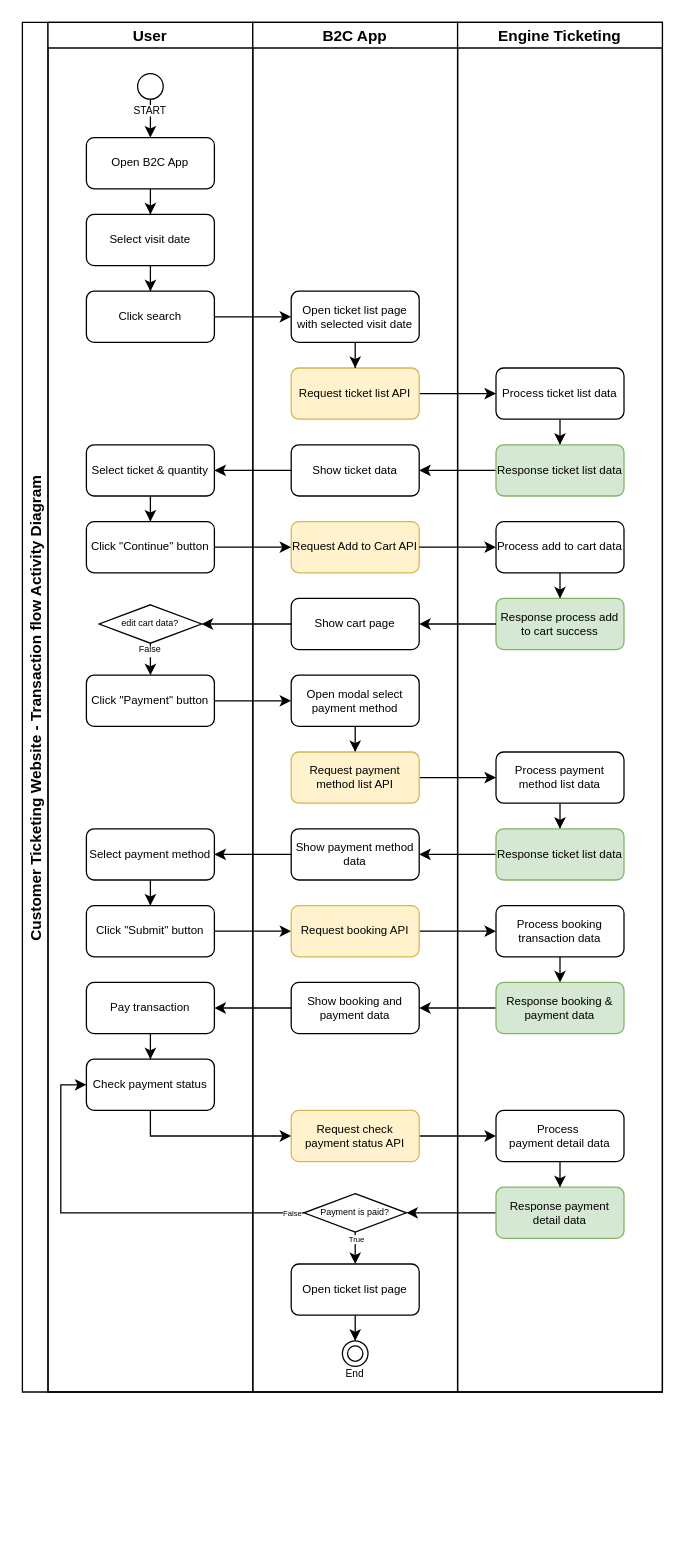
Before: page "AD - B2C - Transaction" (8 of 9) of draw.io/JRP Ticketing.drawio in bimasakti16/draw.io, a draw.io diagram. Source tidied: cells renumbered, new cells numbered last; positions are measured from the earlier drawing's top-left corner, leaving out a move shared by most shapes. Both pictures are drawn from the tidied source at 128%, with x=0, y=0 at pixel (22, 22).
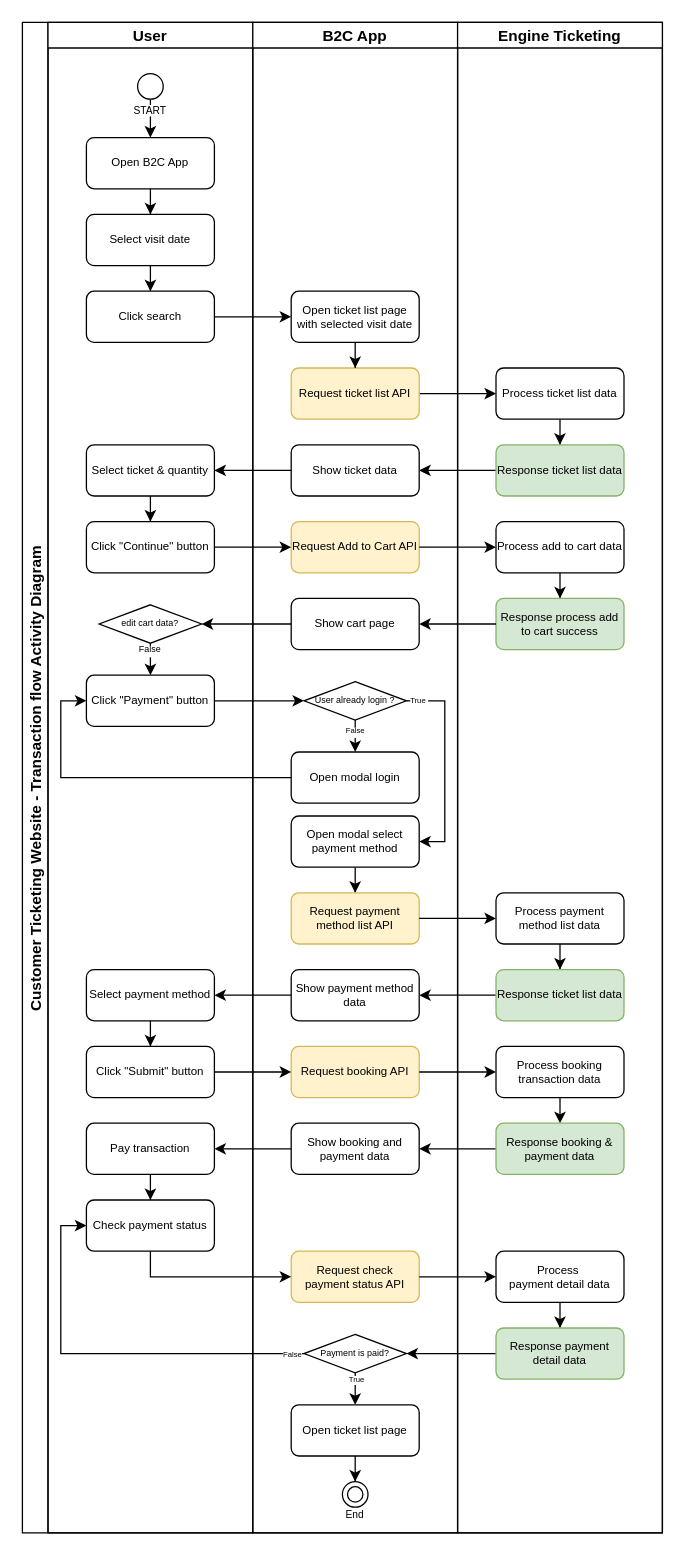
The same diagram, later.

Unchanged cells that the change refers to:
```xml
<mxCell id="8" value="Click &quot;Payment&quot; button" style="rounded=1;whiteSpace=wrap;html=1;fontSize=9;" parent="3" vertex="1">
  <mxGeometry x="30" y="510" width="100" height="40" as="geometry" />
</mxCell>
```

The edit, as a diff of the source:
```diff
@@
     <mxCell id="2" value="Customer Ticketing Website - Transaction flow Activity Diagram" style="swimlane;startSize=20;horizontal=0;fontSize=12;" parent="1" vertex="1">
-      <mxGeometry width="500" height="1070" as="geometry" />
+      <mxGeometry width="500" height="1180" as="geometry" />
     </mxCell>
     <mxCell id="3" value="User" style="swimlane;startSize=20;" parent="2" vertex="1">
-      <mxGeometry x="20" width="160" height="1070" as="geometry" />
+      <mxGeometry x="20" width="160" height="1180" as="geometry" />
     </mxCell>
@@
     <mxCell id="10" value="Select payment method" style="rounded=1;whiteSpace=wrap;html=1;fontSize=9;" parent="3" vertex="1">
-      <mxGeometry x="30" y="630" width="100" height="40" as="geometry" />
+      <mxGeometry x="30" y="740" width="100" height="40" as="geometry" />
     </mxCell>
     <mxCell id="11" value="Click &quot;Submit&quot; button" style="rounded=1;whiteSpace=wrap;html=1;fontSize=9;" parent="3" vertex="1">
-      <mxGeometry x="30" y="690" width="100" height="40" as="geometry" />
+      <mxGeometry x="30" y="800" width="100" height="40" as="geometry" />
     </mxCell>
     <mxCell id="12" value="Check payment status" style="rounded=1;whiteSpace=wrap;html=1;fontSize=9;" parent="3" vertex="1">
-      <mxGeometry x="30" y="810" width="100" height="40" as="geometry" />
+      <mxGeometry x="30" y="920" width="100" height="40" as="geometry" />
     </mxCell>
@@
     <mxCell id="22" value="Pay transaction" style="rounded=1;whiteSpace=wrap;html=1;fontSize=9;" parent="3" vertex="1">
-      <mxGeometry x="30" y="750" width="100" height="40" as="geometry" />
+      <mxGeometry x="30" y="860" width="100" height="40" as="geometry" />
     </mxCell>
@@
-    <mxCell id="26" style="edgeStyle=orthogonalEdgeStyle;rounded=0;jettySize=auto;html=1;entryX=0;entryY=0.5;entryDx=0;entryDy=0;" parent="2" edge="1" source="8" target="41">
-      <mxGeometry relative="1" as="geometry" />
-    </mxCell>
-    <mxCell id="27" style="edgeStyle=orthogonalEdgeStyle;rounded=0;jettySize=auto;html=1;entryX=0;entryY=0.5;entryDx=0;entryDy=0;" parent="2" edge="1" source="42" target="62">
-      <mxGeometry relative="1" as="geometry" />
-    </mxCell>
-    <mxCell id="28" style="edgeStyle=orthogonalEdgeStyle;rounded=0;jettySize=auto;html=1;entryX=1;entryY=0.5;entryDx=0;entryDy=0;" parent="2" edge="1" source="63" target="43">
-      <mxGeometry relative="1" as="geometry" />
-    </mxCell>
-    <mxCell id="29" style="edgeStyle=orthogonalEdgeStyle;rounded=0;jettySize=auto;html=1;entryX=1;entryY=0.5;entryDx=0;entryDy=0;" parent="2" edge="1" source="43" target="10">
-      <mxGeometry relative="1" as="geometry" />
-    </mxCell>
-    <mxCell id="30" style="edgeStyle=orthogonalEdgeStyle;rounded=0;jettySize=auto;html=1;entryX=0;entryY=0.5;entryDx=0;entryDy=0;" parent="2" edge="1" source="11" target="44">
-      <mxGeometry relative="1" as="geometry" />
-    </mxCell>
-    <mxCell id="31" style="edgeStyle=orthogonalEdgeStyle;rounded=0;jettySize=auto;html=1;entryX=0;entryY=0.5;entryDx=0;entryDy=0;" parent="2" edge="1" source="44" target="65">
-      <mxGeometry relative="1" as="geometry" />
-    </mxCell>
-    <mxCell id="32" style="edgeStyle=orthogonalEdgeStyle;rounded=0;jettySize=auto;html=1;entryX=1;entryY=0.5;entryDx=0;entryDy=0;" parent="2" edge="1" source="66" target="45">
-      <mxGeometry relative="1" as="geometry" />
-    </mxCell>
-    <mxCell id="33" style="edgeStyle=orthogonalEdgeStyle;rounded=0;jettySize=auto;html=1;entryX=0;entryY=0.5;entryDx=0;entryDy=0;" parent="2" edge="1" source="47" target="12">
-      <mxGeometry relative="1" as="geometry" />
-    </mxCell>
-    <mxCell id="34" value="&lt;font style=&quot;font-size: 6px;&quot;&gt;False&lt;/font&gt;" style="edgeLabel;html=1;align=center;verticalAlign=bottom;" parent="33" vertex="1">
-      <mxGeometry x="0.12" y="1" relative="1" as="geometry">
-        <mxPoint x="164" y="6" as="offset" />
-      </mxGeometry>
-    </mxCell>
-    <mxCell id="35" style="edgeStyle=orthogonalEdgeStyle;rounded=0;jettySize=auto;html=1;entryX=0;entryY=0.5;entryDx=0;entryDy=0;" parent="2" edge="1" source="46" target="68">
-      <mxGeometry relative="1" as="geometry" />
-    </mxCell>
-    <mxCell id="36" style="edgeStyle=orthogonalEdgeStyle;rounded=0;jettySize=auto;html=1;entryX=1;entryY=0.5;entryDx=0;entryDy=0;" parent="2" edge="1" source="69" target="47">
-      <mxGeometry relative="1" as="geometry" />
-    </mxCell>
     <mxCell id="37" value="B2C App" style="swimlane;startSize=20;" parent="2" vertex="1">
-      <mxGeometry x="180" width="160" height="1070" as="geometry" />
+      <mxGeometry x="180" width="160" height="1180" as="geometry" />
     </mxCell>
@@
     <mxCell id="41" value="Open modal select payment method" style="rounded=1;whiteSpace=wrap;html=1;fontSize=9;" parent="37" vertex="1">
-      <mxGeometry x="30" y="510" width="100" height="40" as="geometry" />
+      <mxGeometry x="30" y="620" width="100" height="40" as="geometry" />
     </mxCell>
     <mxCell id="42" value="Request payment method list API" style="rounded=1;whiteSpace=wrap;html=1;fontSize=9;fillColor=#fff2cc;strokeColor=#d6b656;" parent="37" vertex="1">
-      <mxGeometry x="30" y="570" width="100" height="40" as="geometry" />
+      <mxGeometry x="30" y="680" width="100" height="40" as="geometry" />
     </mxCell>
     <mxCell id="43" value="Show payment method data" style="rounded=1;whiteSpace=wrap;html=1;fontSize=9;" parent="37" vertex="1">
-      <mxGeometry x="30" y="630" width="100" height="40" as="geometry" />
+      <mxGeometry x="30" y="740" width="100" height="40" as="geometry" />
     </mxCell>
     <mxCell id="44" value="Request booking API" style="rounded=1;whiteSpace=wrap;html=1;fontSize=9;fillColor=#fff2cc;strokeColor=#d6b656;" parent="37" vertex="1">
-      <mxGeometry x="30" y="690" width="100" height="40" as="geometry" />
+      <mxGeometry x="30" y="800" width="100" height="40" as="geometry" />
     </mxCell>
     <mxCell id="45" value="Show booking and payment data" style="rounded=1;whiteSpace=wrap;html=1;fontSize=9;" parent="37" vertex="1">
-      <mxGeometry x="30" y="750" width="100" height="40" as="geometry" />
+      <mxGeometry x="30" y="860" width="100" height="40" as="geometry" />
     </mxCell>
     <mxCell id="46" value="Request check &lt;br&gt;payment status API" style="rounded=1;whiteSpace=wrap;html=1;fontSize=9;fillColor=#fff2cc;strokeColor=#d6b656;" parent="37" vertex="1">
-      <mxGeometry x="30" y="850" width="100" height="40" as="geometry" />
+      <mxGeometry x="30" y="960" width="100" height="40" as="geometry" />
     </mxCell>
     <mxCell id="47" value="Payment is paid?" style="rhombus;whiteSpace=wrap;html=1;fontSize=7;" parent="37" vertex="1">
-      <mxGeometry x="40" y="915" width="80" height="30" as="geometry" />
+      <mxGeometry x="40" y="1025" width="80" height="30" as="geometry" />
     </mxCell>
@@
     <mxCell id="51" value="Open ticket list page" style="rounded=1;whiteSpace=wrap;html=1;fontSize=9;" parent="37" vertex="1">
-      <mxGeometry x="30" y="970" width="100" height="40" as="geometry" />
+      <mxGeometry x="30" y="1080" width="100" height="40" as="geometry" />
     </mxCell>
     <mxCell id="52" value="&lt;font style=&quot;font-size: 8px;&quot;&gt;&lt;br&gt;&lt;br&gt;End&lt;/font&gt;" style="ellipse;shape=doubleEllipse;html=1;dashed=0;whiteSpace=wrap;" parent="37" vertex="1">
-      <mxGeometry x="70" y="1030" width="20" height="20" as="geometry" />
+      <mxGeometry x="70" y="1140" width="20" height="20" as="geometry" />
     </mxCell>
@@
+    <mxCell id="80" style="edgeStyle=orthogonalEdgeStyle;rounded=0;jettySize=auto;html=1;entryX=0.5;entryY=0;entryDx=0;entryDy=0;" parent="37" edge="1" source="84" target="85">
+      <mxGeometry relative="1" as="geometry" />
+    </mxCell>
+    <mxCell id="81" value="False" style="edgeLabel;align=center;verticalAlign=middle;fontSize=6;" parent="80" vertex="1">
+      <mxGeometry x="-0.7" relative="1" as="geometry" />
+    </mxCell>
+    <mxCell id="82" style="edgeStyle=orthogonalEdgeStyle;rounded=0;jettySize=auto;html=1;entryX=1;entryY=0.5;entryDx=0;entryDy=0;" parent="37" edge="1" source="84" target="41">
+      <mxGeometry relative="1" as="geometry">
+        <Array as="points">
+          <mxPoint x="150" y="530" />
+          <mxPoint x="150" y="640" />
+        </Array>
+      </mxGeometry>
+    </mxCell>
+    <mxCell id="83" value="True" style="edgeLabel;align=center;verticalAlign=middle;fontSize=6;" parent="82" vertex="1">
+      <mxGeometry x="-0.89" relative="1" as="geometry" />
+    </mxCell>
+    <mxCell id="84" value="User already login ?" style="rhombus;whiteSpace=wrap;html=1;fontSize=7;" parent="37" vertex="1">
+      <mxGeometry x="40" y="515" width="80" height="30" as="geometry" />
+    </mxCell>
+    <mxCell id="85" value="Open modal login" style="rounded=1;whiteSpace=wrap;html=1;fontSize=9;" parent="37" vertex="1">
+      <mxGeometry x="30" y="570" width="100" height="40" as="geometry" />
+    </mxCell>
+    <mxCell id="27" style="edgeStyle=orthogonalEdgeStyle;rounded=0;jettySize=auto;html=1;entryX=0;entryY=0.5;entryDx=0;entryDy=0;" parent="2" edge="1" source="42" target="62">
+      <mxGeometry relative="1" as="geometry" />
+    </mxCell>
+    <mxCell id="28" style="edgeStyle=orthogonalEdgeStyle;rounded=0;jettySize=auto;html=1;entryX=1;entryY=0.5;entryDx=0;entryDy=0;" parent="2" edge="1" source="63" target="43">
+      <mxGeometry relative="1" as="geometry" />
+    </mxCell>
+    <mxCell id="29" style="edgeStyle=orthogonalEdgeStyle;rounded=0;jettySize=auto;html=1;entryX=1;entryY=0.5;entryDx=0;entryDy=0;" parent="2" edge="1" source="43" target="10">
+      <mxGeometry relative="1" as="geometry" />
+    </mxCell>
+    <mxCell id="30" style="edgeStyle=orthogonalEdgeStyle;rounded=0;jettySize=auto;html=1;entryX=0;entryY=0.5;entryDx=0;entryDy=0;" parent="2" edge="1" source="11" target="44">
+      <mxGeometry relative="1" as="geometry" />
+    </mxCell>
+    <mxCell id="31" style="edgeStyle=orthogonalEdgeStyle;rounded=0;jettySize=auto;html=1;entryX=0;entryY=0.5;entryDx=0;entryDy=0;" parent="2" edge="1" source="44" target="65">
+      <mxGeometry relative="1" as="geometry" />
+    </mxCell>
+    <mxCell id="32" style="edgeStyle=orthogonalEdgeStyle;rounded=0;jettySize=auto;html=1;entryX=1;entryY=0.5;entryDx=0;entryDy=0;" parent="2" edge="1" source="66" target="45">
+      <mxGeometry relative="1" as="geometry" />
+    </mxCell>
+    <mxCell id="33" style="edgeStyle=orthogonalEdgeStyle;rounded=0;jettySize=auto;html=1;entryX=0;entryY=0.5;entryDx=0;entryDy=0;" parent="2" edge="1" source="47" target="12">
+      <mxGeometry relative="1" as="geometry" />
+    </mxCell>
+    <mxCell id="34" value="&lt;font style=&quot;font-size: 6px;&quot;&gt;False&lt;/font&gt;" style="edgeLabel;html=1;align=center;verticalAlign=bottom;" parent="33" vertex="1">
+      <mxGeometry x="0.12" y="1" relative="1" as="geometry">
+        <mxPoint x="164" y="6" as="offset" />
+      </mxGeometry>
+    </mxCell>
+    <mxCell id="35" style="edgeStyle=orthogonalEdgeStyle;rounded=0;jettySize=auto;html=1;entryX=0;entryY=0.5;entryDx=0;entryDy=0;" parent="2" edge="1" source="46" target="68">
+      <mxGeometry relative="1" as="geometry" />
+    </mxCell>
+    <mxCell id="36" style="edgeStyle=orthogonalEdgeStyle;rounded=0;jettySize=auto;html=1;entryX=1;entryY=0.5;entryDx=0;entryDy=0;" parent="2" edge="1" source="69" target="47">
+      <mxGeometry relative="1" as="geometry" />
+    </mxCell>
+    <mxCell id="78" style="edgeStyle=orthogonalEdgeStyle;rounded=0;jettySize=auto;html=1;entryX=1;entryY=0.5;entryDx=0;entryDy=0;" parent="2" edge="1" source="45" target="22">
+      <mxGeometry relative="1" as="geometry" />
+    </mxCell>
+    <mxCell id="79" style="edgeStyle=orthogonalEdgeStyle;rounded=0;jettySize=auto;html=1;entryX=0;entryY=0.5;entryDx=0;entryDy=0;" parent="2" edge="1" source="12" target="46">
+      <mxGeometry relative="1" as="geometry">
+        <Array as="points">
+          <mxPoint x="100" y="980" />
+        </Array>
+      </mxGeometry>
+    </mxCell>
     <mxCell id="57" value="Engine Ticketing" style="swimlane;startSize=20;" parent="2" vertex="1">
-      <mxGeometry x="340" width="160" height="1070" as="geometry" />
+      <mxGeometry x="340" width="160" height="1180" as="geometry" />
     </mxCell>
@@
     <mxCell id="62" value="Process payment method list data" style="rounded=1;whiteSpace=wrap;html=1;fontSize=9;" parent="57" vertex="1">
-      <mxGeometry x="30" y="570" width="100" height="40" as="geometry" />
+      <mxGeometry x="30" y="680" width="100" height="40" as="geometry" />
     </mxCell>
     <mxCell id="63" value="Response ticket list data" style="rounded=1;whiteSpace=wrap;html=1;fontSize=9;fillColor=#d5e8d4;strokeColor=#82b366;" parent="57" vertex="1">
-      <mxGeometry x="30" y="630" width="100" height="40" as="geometry" />
+      <mxGeometry x="30" y="740" width="100" height="40" as="geometry" />
     </mxCell>
     <mxCell id="64" style="edgeStyle=orthogonalEdgeStyle;rounded=0;jettySize=auto;html=1;entryX=0.5;entryY=0;entryDx=0;entryDy=0;" parent="57" edge="1" source="65">
       <mxGeometry relative="1" as="geometry">
-        <mxPoint x="80" y="750" as="targetPoint" />
+        <mxPoint x="80" y="860" as="targetPoint" />
       </mxGeometry>
     </mxCell>
     <mxCell id="65" value="Process booking transaction data" style="rounded=1;whiteSpace=wrap;html=1;fontSize=9;" parent="57" vertex="1">
-      <mxGeometry x="30" y="690" width="100" height="40" as="geometry" />
+      <mxGeometry x="30" y="800" width="100" height="40" as="geometry" />
     </mxCell>
     <mxCell id="66" value="Response booking &amp;amp; payment data" style="rounded=1;whiteSpace=wrap;html=1;fontSize=9;fillColor=#d5e8d4;strokeColor=#82b366;" parent="57" vertex="1">
-      <mxGeometry x="30" y="750" width="100" height="40" as="geometry" />
+      <mxGeometry x="30" y="860" width="100" height="40" as="geometry" />
     </mxCell>
@@
     <mxCell id="68" value="Process&amp;nbsp;&lt;br&gt;payment detail data" style="rounded=1;whiteSpace=wrap;html=1;fontSize=9;" parent="57" vertex="1">
-      <mxGeometry x="30" y="850" width="100" height="40" as="geometry" />
+      <mxGeometry x="30" y="960" width="100" height="40" as="geometry" />
     </mxCell>
     <mxCell id="69" value="Response payment detail data" style="rounded=1;whiteSpace=wrap;html=1;fontSize=9;fillColor=#d5e8d4;strokeColor=#82b366;" parent="57" vertex="1">
-      <mxGeometry x="30" y="910" width="100" height="40" as="geometry" />
+      <mxGeometry x="30" y="1020" width="100" height="40" as="geometry" />
     </mxCell>
@@
-    <mxCell id="78" style="edgeStyle=orthogonalEdgeStyle;rounded=0;jettySize=auto;html=1;entryX=1;entryY=0.5;entryDx=0;entryDy=0;" parent="2" edge="1" source="45" target="22">
-      <mxGeometry relative="1" as="geometry" />
-    </mxCell>
-    <mxCell id="79" style="edgeStyle=orthogonalEdgeStyle;rounded=0;jettySize=auto;html=1;entryX=0;entryY=0.5;entryDx=0;entryDy=0;" parent="2" edge="1" source="12" target="46">
-      <mxGeometry relative="1" as="geometry">
-        <Array as="points">
-          <mxPoint x="100" y="870" />
-        </Array>
-      </mxGeometry>
-    </mxCell>
+    <mxCell id="86" style="edgeStyle=orthogonalEdgeStyle;rounded=0;jettySize=auto;html=1;entryX=0;entryY=0.5;entryDx=0;entryDy=0;" parent="2" edge="1" source="8" target="84">
+      <mxGeometry relative="1" as="geometry" />
+    </mxCell>
+    <mxCell id="87" style="edgeStyle=orthogonalEdgeStyle;rounded=0;jettySize=auto;html=1;entryX=0;entryY=0.5;entryDx=0;entryDy=0;" parent="2" edge="1" source="85" target="8">
+      <mxGeometry relative="1" as="geometry" />
+    </mxCell>
```
